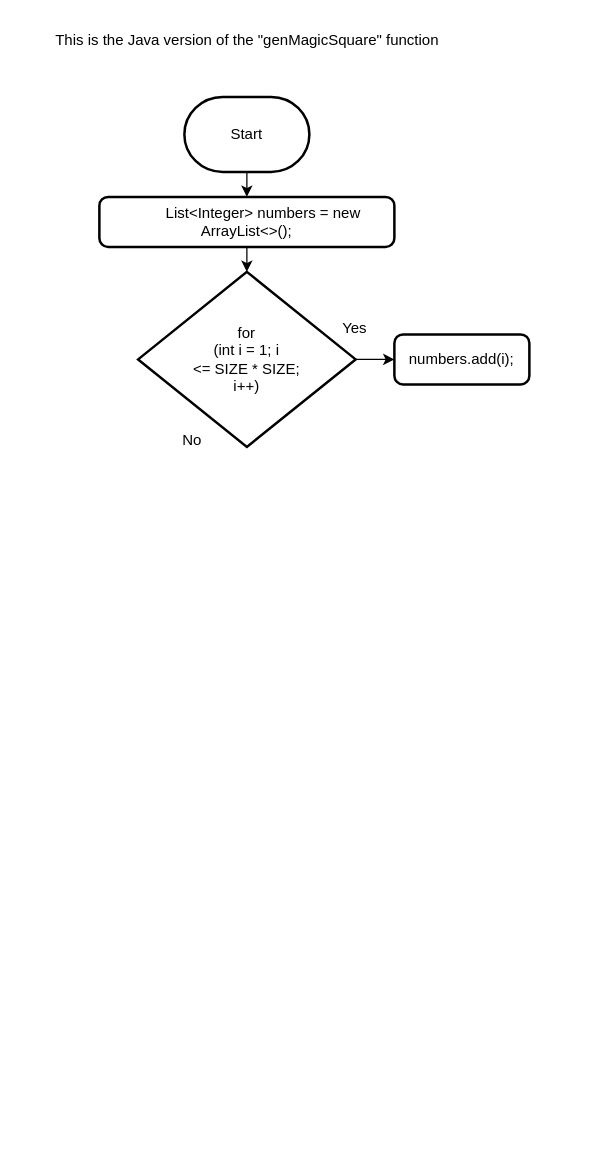
Before: 3-05/design/flowchart.drawio in evan-beaudoin99/ICS4U-Unit3, a draw.io diagram. Source tidied: cells renumbered, new cells numbered last; positions are measured from the earlier drawing's top-left corner, leaving out a move shared by most shapes. Both pictures are drawn from the tidied source at 125%, with x=0, y=0 at pixel (40, 21).
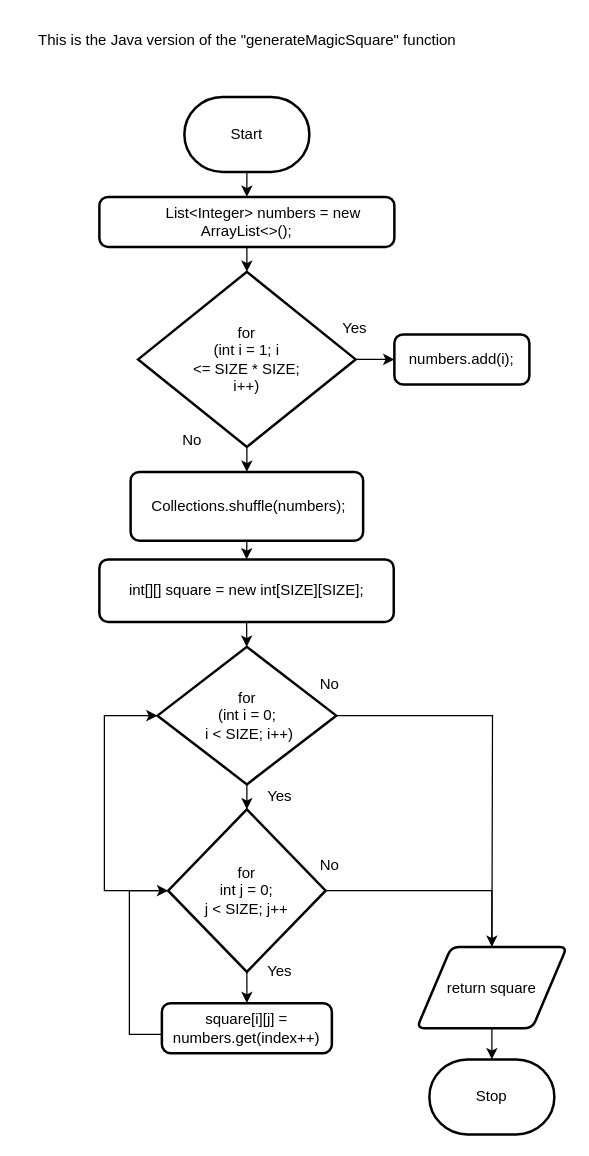
The same diagram, later.

Unchanged cells that the change refers to:
```xml
<mxCell id="8" value="for &lt;br&gt;(int i = 1; i &lt;br&gt;&amp;lt;= SIZE * SIZE; &lt;br&gt;i++)" style="strokeWidth=2;html=1;shape=mxgraph.flowchart.decision;whiteSpace=wrap;" parent="1" vertex="1">
  <mxGeometry x="78" y="200" width="174" height="140" as="geometry" />
</mxCell>
```

Diff of the diagram source:
```diff
@@
-    <mxCell id="2" value="This is the Java version of the &quot;genMagicSquare&quot; function" style="text;html=1;align=center;verticalAlign=middle;strokeColor=none;fillColor=none;" parent="1" vertex="1">
-      <mxGeometry width="330" height="30" as="geometry" />
+    <mxCell id="2" value="This is the Java version of the &quot;generateMagicSquare&quot; function" style="text;html=1;align=center;verticalAlign=middle;strokeColor=none;fillColor=none;" parent="1" vertex="1">
+      <mxGeometry x="-15" width="360" height="30" as="geometry" />
     </mxCell>
@@
+    <mxCell id="12" style="edgeStyle=none;html=1;" parent="1" edge="1" source="8" target="14">
+      <mxGeometry relative="1" as="geometry" />
+    </mxCell>
@@
+    <mxCell id="13" style="edgeStyle=none;html=1;exitX=0.5;exitY=1;exitDx=0;exitDy=0;entryX=0.5;entryY=0;entryDx=0;entryDy=0;" parent="1" edge="1" source="14" target="16">
+      <mxGeometry relative="1" as="geometry" />
+    </mxCell>
+    <mxCell id="14" value="&amp;nbsp;Collections.shuffle(numbers);" style="rounded=1;whiteSpace=wrap;html=1;absoluteArcSize=1;arcSize=14;strokeWidth=2;" parent="1" vertex="1">
+      <mxGeometry x="72" y="360" width="186" height="55" as="geometry" />
+    </mxCell>
+    <mxCell id="15" style="edgeStyle=none;html=1;" parent="1" edge="1" source="16" target="19">
+      <mxGeometry relative="1" as="geometry" />
+    </mxCell>
+    <mxCell id="16" value="&lt;div&gt;int[][] square = new int[SIZE][SIZE];&lt;/div&gt;" style="rounded=1;whiteSpace=wrap;html=1;absoluteArcSize=1;arcSize=14;strokeWidth=2;" parent="1" vertex="1">
+      <mxGeometry x="47" y="430" width="235.5" height="50" as="geometry" />
+    </mxCell>
+    <mxCell id="17" style="edgeStyle=none;html=1;" parent="1" edge="1" source="19" target="23">
+      <mxGeometry relative="1" as="geometry" />
+    </mxCell>
+    <mxCell id="18" style="edgeStyle=orthogonalEdgeStyle;rounded=0;html=1;" parent="1" edge="1" source="19">
+      <mxGeometry relative="1" as="geometry">
+        <mxPoint x="361" y="760" as="targetPoint" />
+      </mxGeometry>
+    </mxCell>
+    <mxCell id="19" value="for &lt;br&gt;(int i = 0;&lt;br&gt;&amp;nbsp;i &amp;lt; SIZE; i++)" style="strokeWidth=2;html=1;shape=mxgraph.flowchart.decision;whiteSpace=wrap;" parent="1" vertex="1">
+      <mxGeometry x="93.5" y="500" width="143" height="110" as="geometry" />
+    </mxCell>
+    <mxCell id="20" style="edgeStyle=none;html=1;" parent="1" edge="1" source="23" target="25">
+      <mxGeometry relative="1" as="geometry" />
+    </mxCell>
+    <mxCell id="21" style="edgeStyle=orthogonalEdgeStyle;rounded=0;html=1;entryX=0;entryY=0.5;entryDx=0;entryDy=0;entryPerimeter=0;" parent="1" edge="1" source="23" target="19">
+      <mxGeometry relative="1" as="geometry">
+        <Array as="points">
+          <mxPoint x="51" y="695" />
+          <mxPoint x="51" y="555" />
+        </Array>
+      </mxGeometry>
+    </mxCell>
+    <mxCell id="22" style="edgeStyle=orthogonalEdgeStyle;rounded=0;html=1;entryX=0.5;entryY=0;entryDx=0;entryDy=0;" parent="1" edge="1" source="23" target="29">
+      <mxGeometry relative="1" as="geometry" />
+    </mxCell>
+    <mxCell id="23" value="for&lt;br&gt;int j = 0; &lt;br&gt;j &amp;lt; SIZE; j++" style="strokeWidth=2;html=1;shape=mxgraph.flowchart.decision;whiteSpace=wrap;" parent="1" vertex="1">
+      <mxGeometry x="102" y="630" width="126" height="130" as="geometry" />
+    </mxCell>
+    <mxCell id="24" style="edgeStyle=orthogonalEdgeStyle;html=1;entryX=0;entryY=0.5;entryDx=0;entryDy=0;entryPerimeter=0;rounded=0;" parent="1" edge="1" source="25" target="23">
+      <mxGeometry relative="1" as="geometry">
+        <Array as="points">
+          <mxPoint x="71" y="810" />
+          <mxPoint x="71" y="695" />
+        </Array>
+      </mxGeometry>
+    </mxCell>
+    <mxCell id="25" value="square[i][j] = numbers.get(index++)" style="rounded=1;whiteSpace=wrap;html=1;absoluteArcSize=1;arcSize=14;strokeWidth=2;" parent="1" vertex="1">
+      <mxGeometry x="97" y="785" width="136" height="40" as="geometry" />
+    </mxCell>
+    <mxCell id="26" value="Yes" style="text;html=1;align=center;verticalAlign=middle;strokeColor=none;fillColor=none;" parent="1" vertex="1">
+      <mxGeometry x="171" y="605" width="40" height="30" as="geometry" />
+    </mxCell>
+    <mxCell id="27" value="No" style="text;html=1;align=center;verticalAlign=middle;strokeColor=none;fillColor=none;" parent="1" vertex="1">
+      <mxGeometry x="211" y="515" width="40" height="30" as="geometry" />
+    </mxCell>
+    <mxCell id="28" style="edgeStyle=orthogonalEdgeStyle;rounded=0;html=1;" parent="1" edge="1" source="29" target="32">
+      <mxGeometry relative="1" as="geometry" />
+    </mxCell>
+    <mxCell id="29" value="return square" style="shape=parallelogram;html=1;strokeWidth=2;perimeter=parallelogramPerimeter;whiteSpace=wrap;rounded=1;arcSize=12;size=0.23;" parent="1" vertex="1">
+      <mxGeometry x="301" y="740" width="120" height="65" as="geometry" />
+    </mxCell>
+    <mxCell id="30" value="No" style="text;html=1;align=center;verticalAlign=middle;strokeColor=none;fillColor=none;" parent="1" vertex="1">
+      <mxGeometry x="211" y="660" width="40" height="30" as="geometry" />
+    </mxCell>
+    <mxCell id="31" value="Yes" style="text;html=1;align=center;verticalAlign=middle;strokeColor=none;fillColor=none;" parent="1" vertex="1">
+      <mxGeometry x="171" y="745" width="40" height="30" as="geometry" />
+    </mxCell>
+    <mxCell id="32" value="Stop" style="strokeWidth=2;html=1;shape=mxgraph.flowchart.terminator;whiteSpace=wrap;" parent="1" vertex="1">
+      <mxGeometry x="311" y="830" width="100" height="60" as="geometry" />
+    </mxCell>
```
